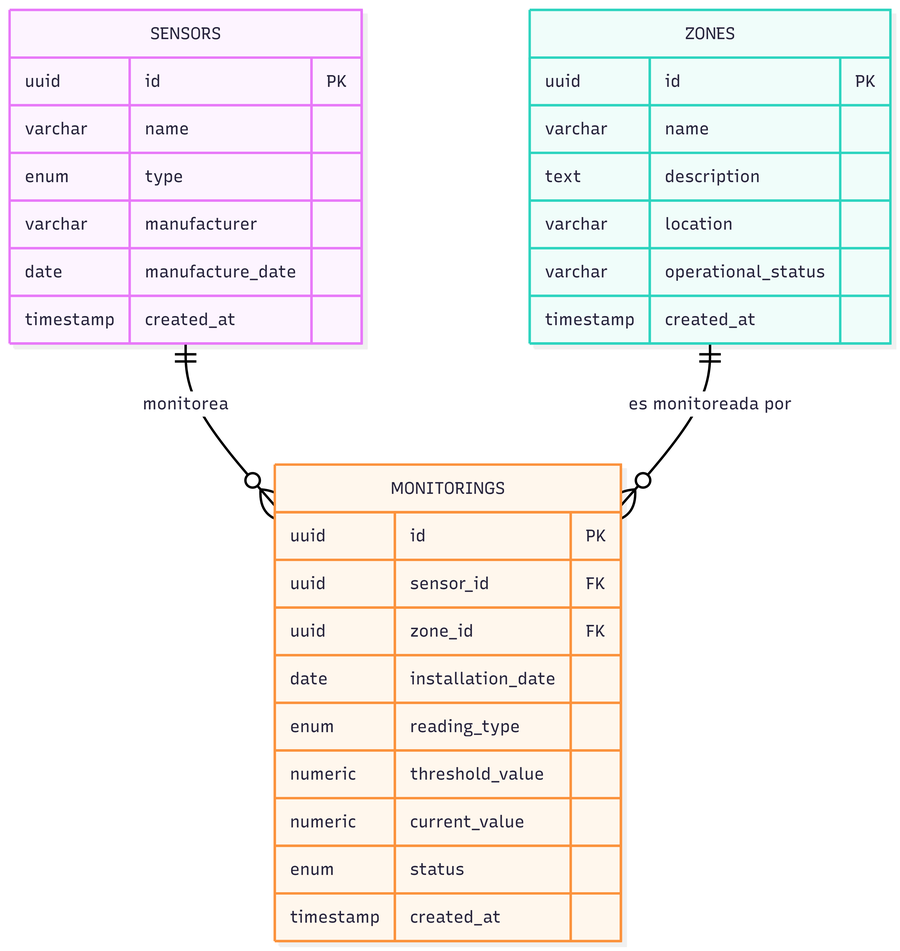
This is .docs/ER_Diagram.png from Zack4U/tecnimatica-technical-test, a Mermaid export, as it was before one commit. Its source is kept beside it as .docs/ER_Diagram.mmd.
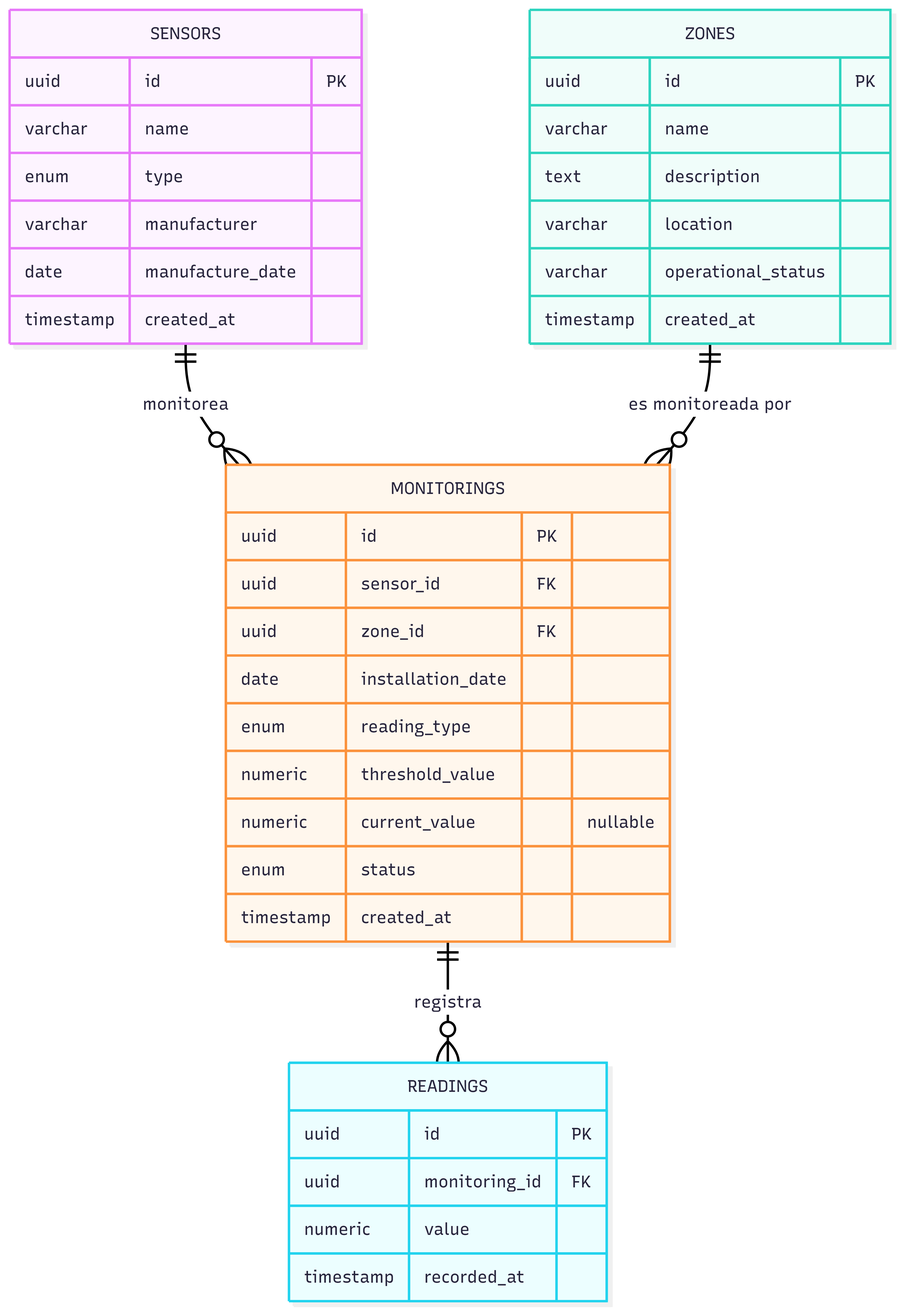
The same file after the commit.

What changed in the source:
```diff
@@ -22,9 +22,16 @@
     date installation_date
     enum reading_type
     numeric threshold_value
-    numeric current_value
+    numeric current_value "nullable"
     enum status
     timestamp created_at
   }
+  READINGS {
+    uuid id PK
+    uuid monitoring_id FK
+    numeric value
+    timestamp recorded_at
+  }
   SENSORS ||--o{ MONITORINGS : "monitorea"
   ZONES ||--o{ MONITORINGS : "es monitoreada por"
+  MONITORINGS ||--o{ READINGS : "registra"
```
